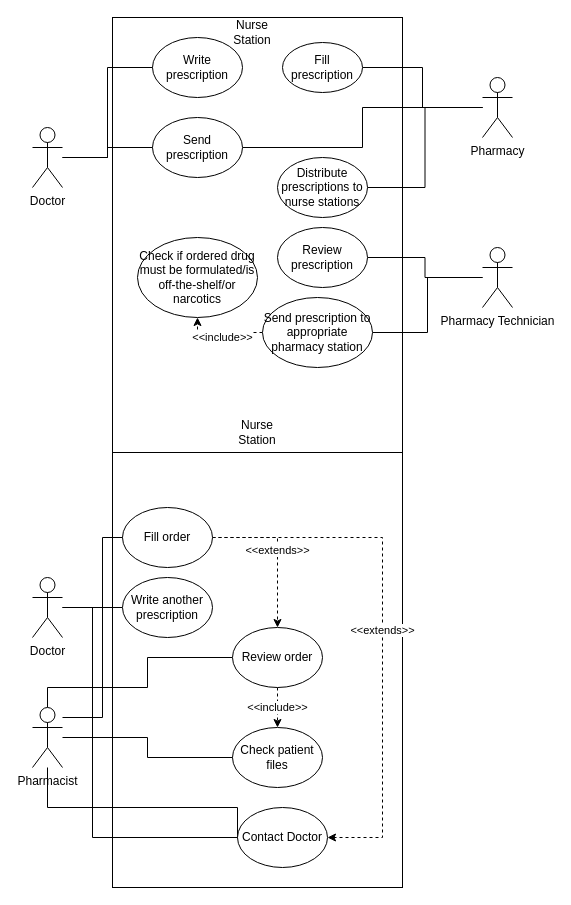
This is Untitled Diagram.drawio from Numbers00/git_test, a draw.io file, before an edit. Source tidied: cells renumbered, new cells numbered last; positions are measured from the earlier drawing's top-left corner, leaving out a move shared by most shapes. Both pictures are drawn from the tidied source at 100%, with x=0, y=0 at pixel (32, 17).
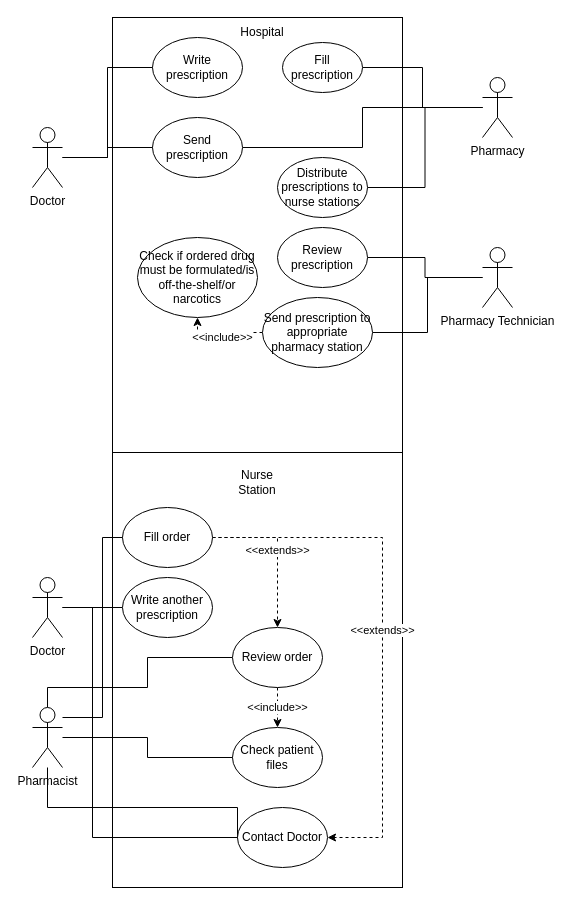
After the change.

Diff of the diagram source:
```diff
@@
     <mxCell id="38" value="Nurse Station" style="text;html=1;strokeColor=none;fillColor=none;align=center;verticalAlign=middle;whiteSpace=wrap;rounded=0;" parent="1" vertex="1">
-      <mxGeometry x="195" y="400" width="60" height="30" as="geometry" />
+      <mxGeometry x="195" y="450" width="60" height="30" as="geometry" />
     </mxCell>
-    <mxCell id="39" value="Nurse Station" style="text;html=1;strokeColor=none;fillColor=none;align=center;verticalAlign=middle;whiteSpace=wrap;rounded=0;" parent="1" vertex="1">
-      <mxGeometry x="190" width="60" height="30" as="geometry" />
+    <mxCell id="39" value="Hospital" style="text;html=1;strokeColor=none;fillColor=none;align=center;verticalAlign=middle;whiteSpace=wrap;rounded=0;" parent="1" vertex="1">
+      <mxGeometry x="200" width="60" height="30" as="geometry" />
     </mxCell>
```
